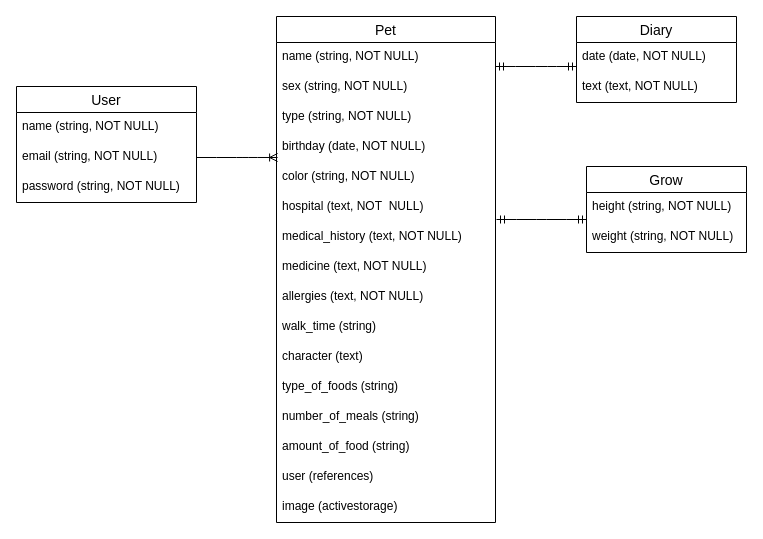
Above: pet.dio in miyazakisayaka7/petspace (draw.io), before the change. Source tidied: cells renumbered, new cells numbered last; positions are measured from the earlier drawing's top-left corner, leaving out a move shared by most shapes. Both pictures are drawn from the tidied source at 100%, with x=0, y=0 at pixel (16, 16).
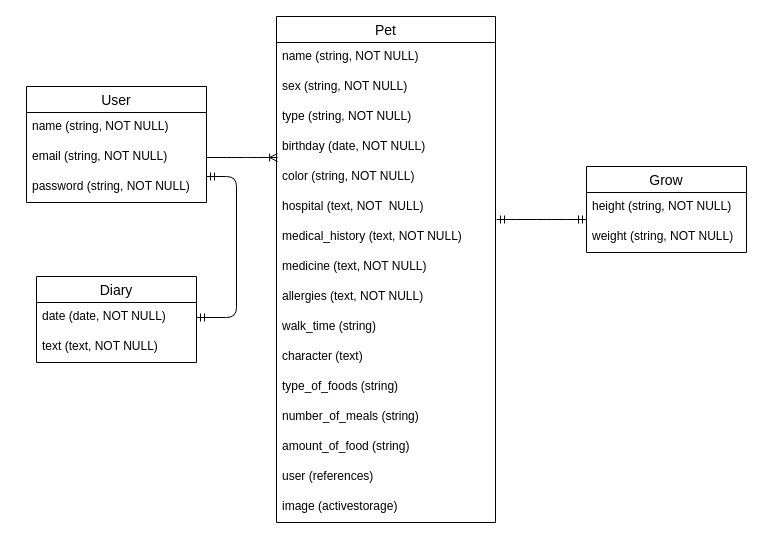
The same page after the edit.

The change refers to these unchanged cells:
```xml
<mxCell id="3" value="date (date, NOT NULL)" style="text;strokeColor=none;fillColor=none;spacingLeft=4;spacingRight=4;overflow=hidden;points=[[0,0.5],[1,0.5]];portConstraint=eastwest;fontSize=12;" parent="2" vertex="1">
  <mxGeometry y="26" width="160" height="30" as="geometry" />
</mxCell>
```

The edit, as a diff of the source:
```diff
@@
     <mxCell id="2" value="Diary" style="swimlane;fontStyle=0;horizontal=1;startSize=26;align=center;fontSize=14;" parent="1" vertex="1">
-      <mxGeometry x="560" width="160" height="86" as="geometry" />
+      <mxGeometry x="20" y="260" width="160" height="86" as="geometry" />
     </mxCell>
@@
     <mxCell id="8" value="User" style="swimlane;fontStyle=0;horizontal=1;startSize=26;align=center;fontSize=14;" parent="1" vertex="1">
-      <mxGeometry y="70" width="180" height="116" as="geometry" />
+      <mxGeometry x="10" y="70" width="180" height="116" as="geometry" />
     </mxCell>
@@
-    <mxCell id="30" style="edgeStyle=entityRelationEdgeStyle;fontSize=12;html=1;endArrow=ERmandOne;startArrow=ERmandOne;entryX=0;entryY=0.8;entryDx=0;entryDy=0;entryPerimeter=0;" parent="1" edge="1" target="3">
+    <mxCell id="30" style="edgeStyle=entityRelationEdgeStyle;fontSize=12;html=1;endArrow=ERmandOne;startArrow=ERmandOne;" parent="1" edge="1" target="3">
       <mxGeometry relative="1" as="geometry">
-        <mxPoint x="479" y="50" as="sourcePoint" />
+        <mxPoint x="190" y="160" as="sourcePoint" />
       </mxGeometry>
     </mxCell>
```
